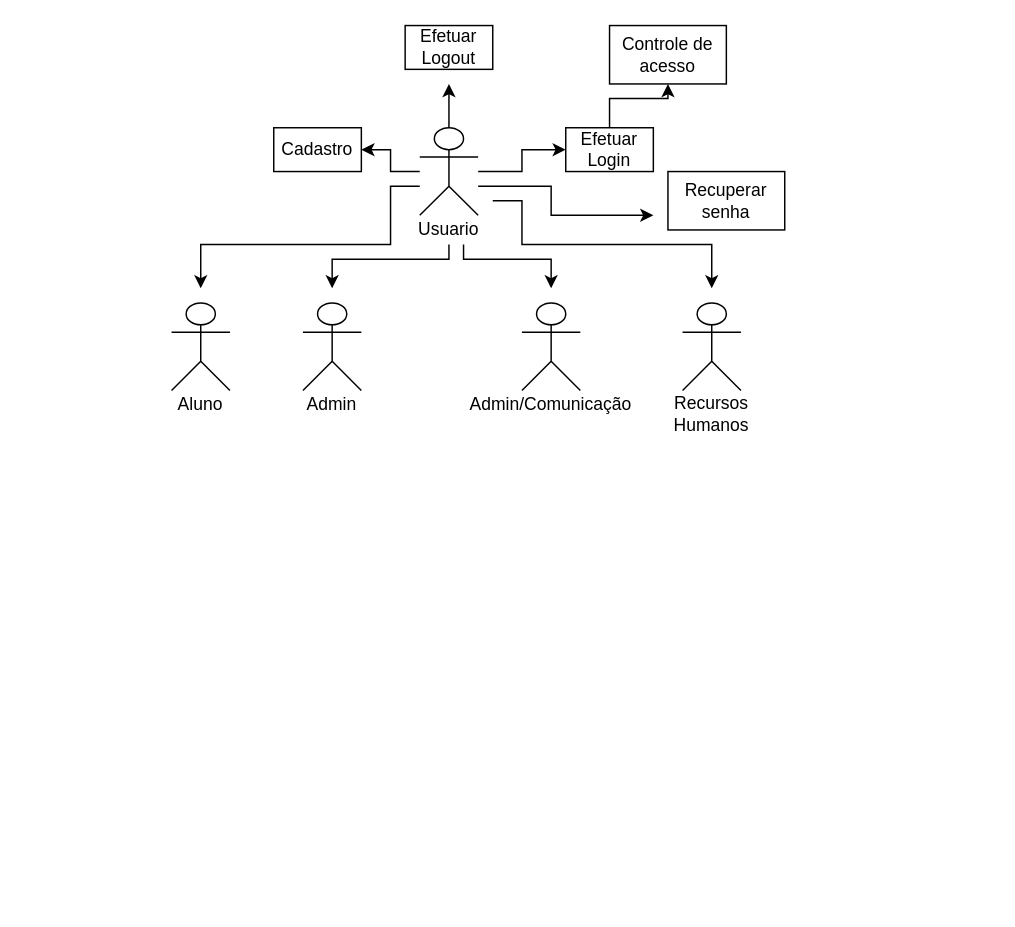
Earlier version of the draw.io diagram Untitled Diagram.drawio (ermessonlima/react360). Source tidied: cells renumbered, new cells numbered last; positions are measured from the earlier drawing's top-left corner, leaving out a move shared by most shapes. Both pictures are drawn from the tidied source at 146%, with x=0, y=0 at pixel (171, 25).
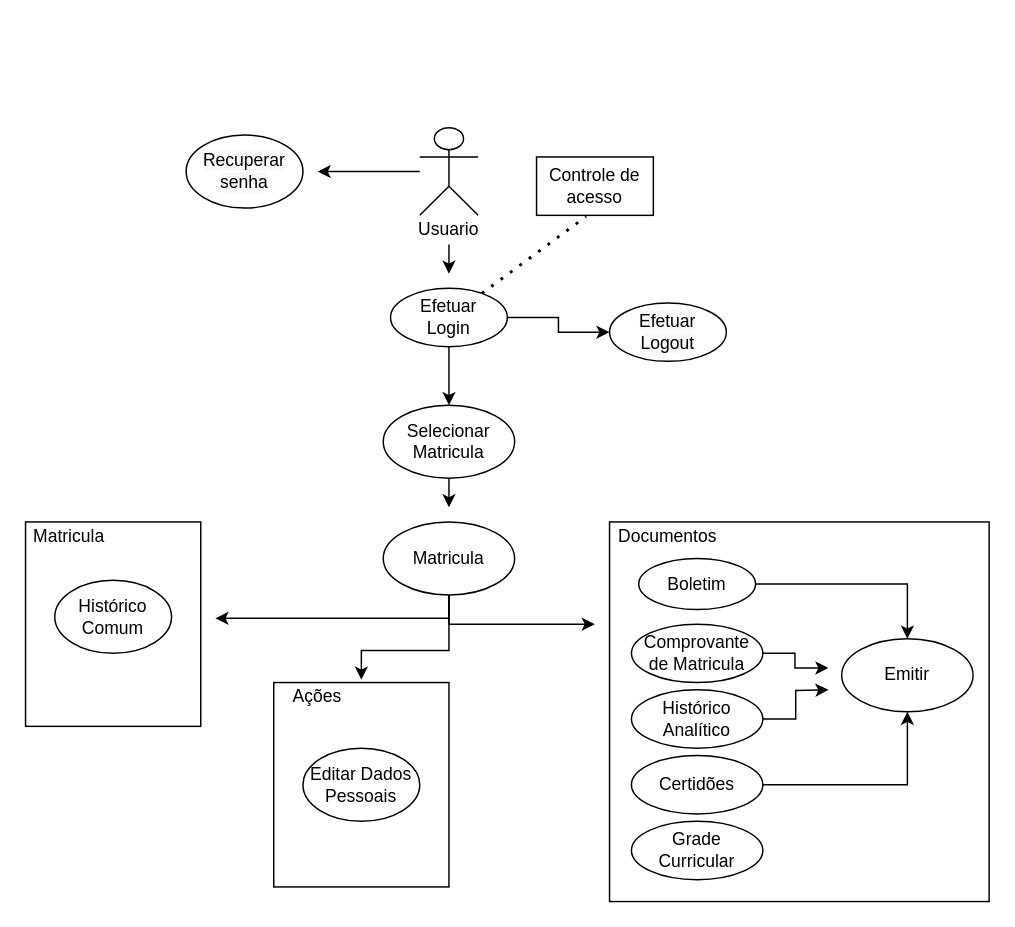
Above is the later version.

Unchanged cells that the change refers to:
```xml
<mxCell id="7" value="Actor" style="shape=umlActor;verticalLabelPosition=bottom;verticalAlign=top;outlineConnect=0;fontStyle=1;html=1;noLabel=1;fontColor=none;" parent="1" vertex="1">
  <mxGeometry x="170" y="70" width="40" height="60" as="geometry" />
</mxCell>
<mxCell id="10" value="Usuario" style="text;html=1;strokeColor=none;fillColor=none;align=center;verticalAlign=middle;whiteSpace=wrap;rounded=0;fontColor=none;" parent="1" vertex="1">
  <mxGeometry x="170" y="130" width="40" height="20" as="geometry" />
</mxCell>
```

The edit, as a diff of the source:
```diff
@@
-    <mxCell id="2" style="edgeStyle=orthogonalEdgeStyle;rounded=0;jettySize=auto;html=1;fontColor=none;" parent="1" edge="1" source="7" target="16">
-      <mxGeometry relative="1" as="geometry" />
-    </mxCell>
-    <mxCell id="3" style="edgeStyle=orthogonalEdgeStyle;rounded=0;jettySize=auto;html=1;fontColor=none;" parent="1" edge="1" source="7">
-      <mxGeometry relative="1" as="geometry">
-        <mxPoint x="190" y="40" as="targetPoint" />
-      </mxGeometry>
-    </mxCell>
-    <mxCell id="4" style="edgeStyle=orthogonalEdgeStyle;rounded=0;jettySize=auto;html=1;fontColor=none;" parent="1" edge="1" source="7" target="18">
-      <mxGeometry relative="1" as="geometry" />
-    </mxCell>
-    <mxCell id="5" style="edgeStyle=orthogonalEdgeStyle;rounded=0;jettySize=auto;html=1;fontColor=none;" parent="1" edge="1" source="7">
-      <mxGeometry relative="1" as="geometry">
-        <mxPoint x="20" y="180" as="targetPoint" />
-        <Array as="points">
-          <mxPoint x="150" y="110" />
-          <mxPoint x="150" y="150" />
-          <mxPoint x="20" y="150" />
-          <mxPoint x="20" y="170" />
-        </Array>
-      </mxGeometry>
-    </mxCell>
-    <mxCell id="6" style="edgeStyle=orthogonalEdgeStyle;rounded=0;jettySize=auto;html=1;fontColor=none;" parent="1" edge="1" source="7">
-      <mxGeometry relative="1" as="geometry">
-        <mxPoint x="330" y="130" as="targetPoint" />
-        <Array as="points">
-          <mxPoint x="260" y="110" />
-          <mxPoint x="260" y="130" />
-        </Array>
-      </mxGeometry>
-    </mxCell>
+    <mxCell id="26" style="rounded=0;whiteSpace=wrap;html=1;sketch=0;fontColor=none;" parent="1" vertex="1">
+      <mxGeometry x="300" y="340" width="260" height="260" as="geometry" />
+    </mxCell>
+    <mxCell id="27" value="Documentos" style="text;html=1;strokeColor=none;fillColor=none;align=center;verticalAlign=middle;whiteSpace=wrap;rounded=0;sketch=0;fontColor=none;" parent="1" vertex="1">
+      <mxGeometry x="320" y="340" width="40" height="20" as="geometry" />
+    </mxCell>
+    <mxCell id="28" style="rounded=0;whiteSpace=wrap;html=1;sketch=0;fontColor=none;" parent="1" vertex="1">
+      <mxGeometry x="70" y="450" width="120" height="140" as="geometry" />
+    </mxCell>
+    <mxCell id="29" value="Ações" style="text;html=1;strokeColor=none;fillColor=none;align=center;verticalAlign=middle;whiteSpace=wrap;rounded=0;sketch=0;fontColor=none;" parent="1" vertex="1">
+      <mxGeometry x="80" y="450" width="40" height="20" as="geometry" />
+    </mxCell>
+    <mxCell id="30" style="rounded=0;whiteSpace=wrap;html=1;sketch=0;fontColor=none;" parent="1" vertex="1">
+      <mxGeometry x="-100" y="340" width="120" height="140" as="geometry" />
+    </mxCell>
+    <mxCell id="31" style="edgeStyle=orthogonalEdgeStyle;rounded=0;jettySize=auto;html=1;fontColor=none;" parent="1" edge="1" source="7">
+      <mxGeometry relative="1" as="geometry">
+        <mxPoint x="100" y="100" as="targetPoint" />
+      </mxGeometry>
+    </mxCell>
@@
-    <mxCell id="8" style="edgeStyle=orthogonalEdgeStyle;rounded=0;jettySize=auto;html=1;fontColor=none;" parent="1" edge="1" source="10">
-      <mxGeometry relative="1" as="geometry">
-        <mxPoint x="110" y="180" as="targetPoint" />
-        <Array as="points">
-          <mxPoint x="190" y="160" />
-          <mxPoint x="110" y="160" />
-        </Array>
-      </mxGeometry>
-    </mxCell>
-    <mxCell id="9" style="edgeStyle=orthogonalEdgeStyle;rounded=0;orthogonalLoop=1;jettySize=auto;html=1;fontColor=none;" parent="1" edge="1">
-      <mxGeometry relative="1" as="geometry">
-        <mxPoint x="220" y="120" as="sourcePoint" />
-        <mxPoint x="370" y="180" as="targetPoint" />
-        <Array as="points">
-          <mxPoint x="240" y="120" />
-          <mxPoint x="240" y="150" />
-          <mxPoint x="370" y="150" />
-        </Array>
-      </mxGeometry>
-    </mxCell>
+    <mxCell id="32" style="edgeStyle=orthogonalEdgeStyle;rounded=0;jettySize=auto;html=1;exitX=0.5;exitY=1;exitDx=0;exitDy=0;fontColor=none;" parent="1" edge="1" source="10">
+      <mxGeometry relative="1" as="geometry">
+        <mxPoint x="190" y="170" as="targetPoint" />
+      </mxGeometry>
+    </mxCell>
@@
-    <mxCell id="11" value="Actor" style="shape=umlActor;verticalLabelPosition=bottom;verticalAlign=top;fontStyle=1;html=1;noLabel=1;fontColor=none;" parent="1" vertex="1">
-      <mxGeometry x="90" y="190" width="40" height="60" as="geometry" />
-    </mxCell>
-    <mxCell id="12" value="Admin" style="text;html=1;strokeColor=none;fillColor=none;align=center;verticalAlign=middle;whiteSpace=wrap;rounded=0;fontColor=none;" parent="1" vertex="1">
-      <mxGeometry x="90" y="250" width="40" height="20" as="geometry" />
-    </mxCell>
-    <mxCell id="13" value="Actor" style="shape=umlActor;verticalLabelPosition=bottom;verticalAlign=top;fontStyle=1;html=1;noLabel=1;fontColor=none;" parent="1" vertex="1">
-      <mxGeometry x="350" y="190" width="40" height="60" as="geometry" />
-    </mxCell>
-    <mxCell id="14" value="Recursos&lt;br&gt;Humanos&lt;br&gt;" style="text;html=1;strokeColor=none;fillColor=none;align=center;verticalAlign=middle;whiteSpace=wrap;rounded=0;fontColor=none;" parent="1" vertex="1">
-      <mxGeometry x="350" y="256" width="40" height="20" as="geometry" />
-    </mxCell>
+    <mxCell id="19" value="Controle de acesso" style="rounded=0;whiteSpace=wrap;html=1;fontColor=none;" parent="1" vertex="1">
+      <mxGeometry x="250" y="90" width="80" height="40" as="geometry" />
+    </mxCell>
-    <mxCell id="15" style="edgeStyle=orthogonalEdgeStyle;rounded=0;jettySize=auto;html=1;fontColor=none;" parent="1" edge="1" source="16" target="19">
+    <mxCell id="15" style="endArrow=none;dashed=1;html=1;dashPattern=1 3;strokeWidth=2;fontColor=none;entryX=0.425;entryY=1.018;entryDx=0;entryDy=0;entryPerimeter=0;" parent="1" edge="1" source="16" target="19">
       <mxGeometry relative="1" as="geometry" />
     </mxCell>
+    <mxCell id="17" value="&#10;&#10;&lt;span style=&quot;color: rgb(0, 0, 0); font-family: helvetica; font-size: 12px; font-style: normal; font-weight: 400; letter-spacing: normal; text-align: center; text-indent: 0px; text-transform: none; word-spacing: 0px; background-color: rgb(248, 249, 250); display: inline; float: none;&quot;&gt;Efetuar Logout&lt;/span&gt;&#10;&#10;" style="ellipse;whiteSpace=wrap;html=1;rounded=0;sketch=0;fontColor=none;" parent="1" vertex="1">
+      <mxGeometry x="300" y="190" width="80" height="40" as="geometry" />
+    </mxCell>
+    <mxCell id="33" style="edgeStyle=orthogonalEdgeStyle;rounded=0;jettySize=auto;html=1;entryX=0;entryY=0.5;entryDx=0;entryDy=0;fontColor=none;" parent="1" edge="1" source="16" target="17">
+      <mxGeometry relative="1" as="geometry" />
+    </mxCell>
+    <mxCell id="34" style="edgeStyle=orthogonalEdgeStyle;rounded=0;jettySize=auto;html=1;fontColor=none;" parent="1" edge="1" source="16">
+      <mxGeometry relative="1" as="geometry">
+        <mxPoint x="190" y="260" as="targetPoint" />
+      </mxGeometry>
+    </mxCell>
-    <mxCell id="16" value="Efetuar Login" style="rounded=0;whiteSpace=wrap;html=1;fontColor=none;" parent="1" vertex="1">
-      <mxGeometry x="270" y="70" width="60" height="30" as="geometry" />
+    <mxCell id="16" value="Efetuar &lt;br&gt;Login" style="ellipse;whiteSpace=wrap;html=1;rounded=0;sketch=0;fontColor=none;" parent="1" vertex="1">
+      <mxGeometry x="150" y="180" width="80" height="40" as="geometry" />
     </mxCell>
-    <mxCell id="17" value="Efetuar Logout" style="rounded=0;whiteSpace=wrap;html=1;fontColor=none;" parent="1" vertex="1">
-      <mxGeometry x="160" width="60" height="30" as="geometry" />
-    </mxCell>
-    <mxCell id="18" value="Cadastro" style="rounded=0;whiteSpace=wrap;html=1;fontColor=none;" parent="1" vertex="1">
-      <mxGeometry x="70" y="70" width="60" height="30" as="geometry" />
-    </mxCell>
-    <mxCell id="19" value="Controle de acesso" style="rounded=0;whiteSpace=wrap;html=1;fontColor=none;" parent="1" vertex="1">
-      <mxGeometry x="300" width="80" height="40" as="geometry" />
-    </mxCell>
-    <mxCell id="20" value="Actor" style="shape=umlActor;verticalLabelPosition=bottom;verticalAlign=top;fontStyle=1;html=1;noLabel=1;fontColor=none;" parent="1" vertex="1">
-      <mxGeometry y="190" width="40" height="60" as="geometry" />
-    </mxCell>
-    <mxCell id="21" value="Aluno&lt;br&gt;" style="text;html=1;strokeColor=none;fillColor=none;align=center;verticalAlign=middle;whiteSpace=wrap;rounded=0;fontColor=none;" parent="1" vertex="1">
-      <mxGeometry y="250" width="40" height="20" as="geometry" />
-    </mxCell>
-    <mxCell id="22" value="Recuperar senha" style="rounded=0;whiteSpace=wrap;html=1;fontColor=none;" parent="1" vertex="1">
-      <mxGeometry x="340" y="100" width="80" height="40" as="geometry" />
+    <mxCell id="22" value="&#10;&#10;&lt;span style=&quot;color: rgb(0, 0, 0); font-family: helvetica; font-size: 12px; font-style: normal; font-weight: 400; letter-spacing: normal; text-align: center; text-indent: 0px; text-transform: none; word-spacing: 0px; background-color: rgb(248, 249, 250); display: inline; float: none;&quot;&gt;Recuperar senha&lt;/span&gt;&#10;&#10;" style="ellipse;whiteSpace=wrap;html=1;rounded=0;sketch=0;fontColor=none;" parent="1" vertex="1">
+      <mxGeometry x="10" y="75" width="80" height="50" as="geometry" />
     </mxCell>
-    <mxCell id="23" value="Actor" style="shape=umlActor;verticalLabelPosition=bottom;verticalAlign=top;fontStyle=1;html=1;noLabel=1;fontColor=none;" parent="1" vertex="1">
-      <mxGeometry x="240" y="190" width="40" height="60" as="geometry" />
-    </mxCell>
-    <mxCell id="24" value="Admin/Comunicação" style="text;html=1;strokeColor=none;fillColor=none;align=center;verticalAlign=middle;whiteSpace=wrap;rounded=0;fontColor=none;" parent="1" vertex="1">
-      <mxGeometry x="240" y="250" width="40" height="20" as="geometry" />
-    </mxCell>
-    <mxCell id="25" style="edgeStyle=orthogonalEdgeStyle;rounded=0;orthogonalLoop=1;jettySize=auto;html=1;fontColor=none;" parent="1" edge="1">
-      <mxGeometry relative="1" as="geometry">
-        <mxPoint x="200" y="150" as="sourcePoint" />
-        <mxPoint x="260" y="180" as="targetPoint" />
-        <Array as="points">
-          <mxPoint x="200" y="160" />
-          <mxPoint x="260" y="160" />
-        </Array>
-      </mxGeometry>
-    </mxCell>
+    <mxCell id="35" style="edgeStyle=orthogonalEdgeStyle;rounded=0;orthogonalLoop=1;jettySize=auto;html=1;fontColor=none;" parent="1" edge="1">
+      <mxGeometry relative="1" as="geometry">
+        <mxPoint x="190" y="365" as="sourcePoint" />
+        <mxPoint x="30" y="406" as="targetPoint" />
+        <Array as="points">
+          <mxPoint x="190" y="406" />
+        </Array>
+      </mxGeometry>
+    </mxCell>
+    <mxCell id="36" style="edgeStyle=orthogonalEdgeStyle;rounded=0;orthogonalLoop=1;jettySize=auto;html=1;fontColor=none;" parent="1" edge="1">
+      <mxGeometry relative="1" as="geometry">
+        <mxPoint x="190" y="364" as="sourcePoint" />
+        <mxPoint x="130" y="448" as="targetPoint" />
+        <Array as="points">
+          <mxPoint x="190" y="428" />
+          <mxPoint x="130" y="428" />
+        </Array>
+      </mxGeometry>
+    </mxCell>
+    <mxCell id="37" style="edgeStyle=orthogonalEdgeStyle;rounded=0;jettySize=auto;html=1;fontColor=none;" parent="1" edge="1" source="38">
+      <mxGeometry relative="1" as="geometry">
+        <mxPoint x="290" y="410" as="targetPoint" />
+        <Array as="points">
+          <mxPoint x="190" y="410" />
+        </Array>
+      </mxGeometry>
+    </mxCell>
+    <mxCell id="38" value="Matricula" style="ellipse;whiteSpace=wrap;html=1;rounded=0;sketch=0;fontColor=none;" parent="1" vertex="1">
+      <mxGeometry x="145" y="340" width="90" height="50" as="geometry" />
+    </mxCell>
+    <mxCell id="39" value="Histórico&lt;br&gt;Comum" style="ellipse;whiteSpace=wrap;html=1;rounded=0;sketch=0;fontColor=none;" parent="1" vertex="1">
+      <mxGeometry x="-80" y="380" width="80" height="50" as="geometry" />
+    </mxCell>
+    <mxCell id="40" value="Editar Dados Pessoais" style="ellipse;whiteSpace=wrap;html=1;rounded=0;sketch=0;fontColor=none;" parent="1" vertex="1">
+      <mxGeometry x="90" y="495" width="80" height="50" as="geometry" />
+    </mxCell>
+    <mxCell id="41" style="edgeStyle=orthogonalEdgeStyle;rounded=0;jettySize=auto;html=1;exitX=1;exitY=0.5;exitDx=0;exitDy=0;entryX=0.5;entryY=0;entryDx=0;entryDy=0;fontColor=none;" parent="1" edge="1" source="42" target="53">
+      <mxGeometry relative="1" as="geometry" />
+    </mxCell>
+    <mxCell id="42" value="Boletim" style="ellipse;whiteSpace=wrap;html=1;rounded=0;sketch=0;fontColor=none;" parent="1" vertex="1">
+      <mxGeometry x="320" y="365" width="80" height="35" as="geometry" />
+    </mxCell>
+    <mxCell id="43" style="edgeStyle=orthogonalEdgeStyle;rounded=0;jettySize=auto;html=1;fontColor=none;" parent="1" edge="1" source="44">
+      <mxGeometry relative="1" as="geometry">
+        <mxPoint x="190" y="330" as="targetPoint" />
+      </mxGeometry>
+    </mxCell>
+    <mxCell id="44" value="Selecionar Matricula" style="ellipse;whiteSpace=wrap;html=1;rounded=0;sketch=0;fontColor=none;" parent="1" vertex="1">
+      <mxGeometry x="145" y="260" width="90" height="50" as="geometry" />
+    </mxCell>
+    <mxCell id="45" value="Matricula&lt;br&gt;" style="text;html=1;strokeColor=none;fillColor=none;align=center;verticalAlign=middle;whiteSpace=wrap;rounded=0;sketch=0;fontColor=none;" parent="1" vertex="1">
+      <mxGeometry x="-90" y="340" width="40" height="20" as="geometry" />
+    </mxCell>
+    <mxCell id="46" style="edgeStyle=orthogonalEdgeStyle;rounded=0;jettySize=auto;html=1;exitX=1;exitY=0.5;exitDx=0;exitDy=0;fontColor=none;" parent="1" edge="1" source="47">
+      <mxGeometry relative="1" as="geometry">
+        <mxPoint x="450" y="440" as="targetPoint" />
+        <Array as="points">
+          <mxPoint x="427" y="430" />
+          <mxPoint x="427" y="440" />
+          <mxPoint x="450" y="440" />
+        </Array>
+      </mxGeometry>
+    </mxCell>
+    <mxCell id="47" value="Comprovante de Matricula" style="ellipse;whiteSpace=wrap;html=1;rounded=0;sketch=0;fontColor=none;" parent="1" vertex="1">
+      <mxGeometry x="315" y="410" width="90" height="40" as="geometry" />
+    </mxCell>
+    <mxCell id="48" style="edgeStyle=orthogonalEdgeStyle;rounded=0;jettySize=auto;html=1;exitX=1;exitY=0.5;exitDx=0;exitDy=0;fontColor=none;" parent="1" edge="1" source="49">
+      <mxGeometry relative="1" as="geometry">
+        <mxPoint x="450" y="455" as="targetPoint" />
+      </mxGeometry>
+    </mxCell>
+    <mxCell id="49" value="Histórico Analítico" style="ellipse;whiteSpace=wrap;html=1;rounded=0;sketch=0;fontColor=none;" parent="1" vertex="1">
+      <mxGeometry x="315" y="455" width="90" height="40" as="geometry" />
+    </mxCell>
+    <mxCell id="50" style="edgeStyle=orthogonalEdgeStyle;rounded=0;jettySize=auto;html=1;exitX=1;exitY=0.5;exitDx=0;exitDy=0;entryX=0.5;entryY=1;entryDx=0;entryDy=0;fontColor=none;" parent="1" edge="1" source="51" target="53">
+      <mxGeometry relative="1" as="geometry" />
+    </mxCell>
+    <mxCell id="51" value="Certidões" style="ellipse;whiteSpace=wrap;html=1;rounded=0;sketch=0;fontColor=none;" parent="1" vertex="1">
+      <mxGeometry x="315" y="500" width="90" height="40" as="geometry" />
+    </mxCell>
+    <mxCell id="52" value="Grade Curricular" style="ellipse;whiteSpace=wrap;html=1;rounded=0;sketch=0;fontColor=none;" parent="1" vertex="1">
+      <mxGeometry x="315" y="545" width="90" height="40" as="geometry" />
+    </mxCell>
+    <mxCell id="53" value="Emitir" style="ellipse;whiteSpace=wrap;html=1;rounded=0;sketch=0;fontColor=none;" parent="1" vertex="1">
+      <mxGeometry x="459" y="420" width="90" height="50" as="geometry" />
+    </mxCell>
```
